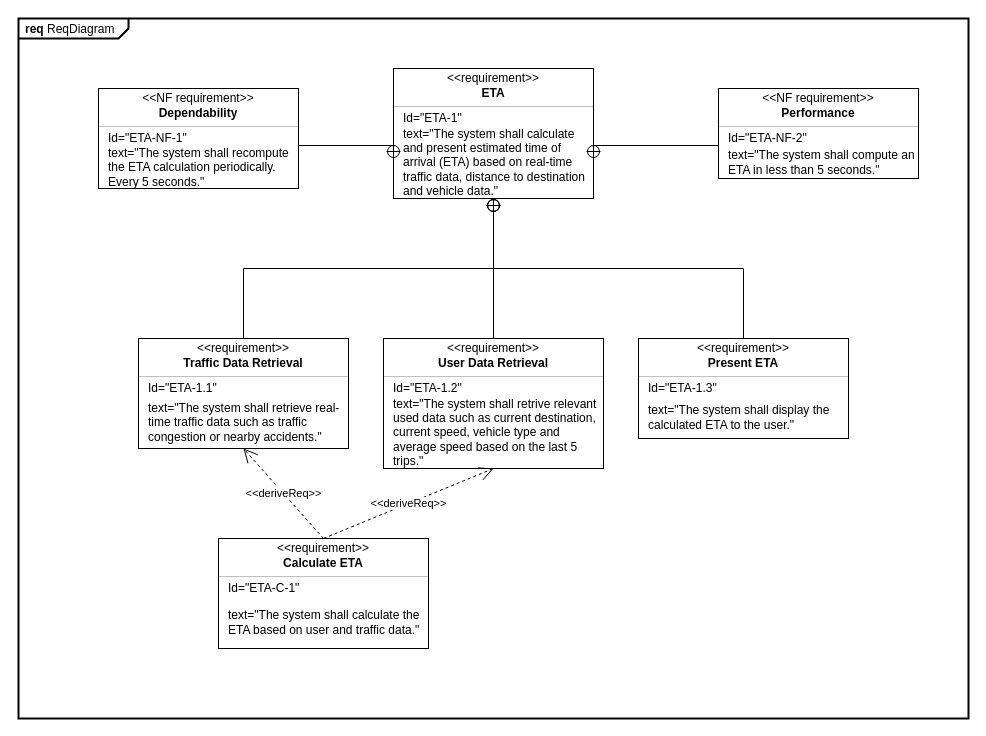
luislamy/msp keeps this draw.io diagram as Diagrams/Requirement/Yaros/ETA_req.drawio. Above is the earlier version. Source tidied: cells renumbered, new cells numbered last; positions are measured from the earlier drawing's top-left corner, leaving out a move shared by most shapes. Both pictures are drawn from the tidied source at 100%, with x=0, y=0 at pixel (18, 18).
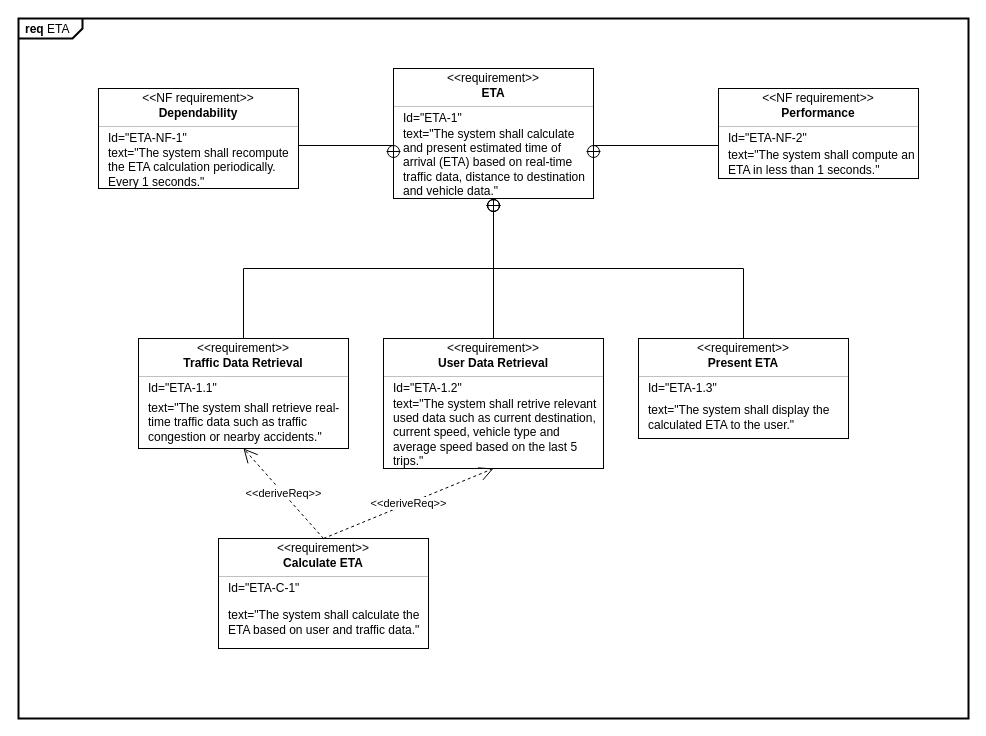
After the change.

The change refers to these unchanged cells:
```xml
<mxCell id="38" style="fontStyle=1;align=center;verticalAlign=middle;horizontal=1;" parent="1" vertex="1">
  <mxGeometry x="80" y="70" width="200" height="100" as="geometry" />
</mxCell>
<mxCell id="44" style="fontStyle=1;align=center;verticalAlign=middle;horizontal=1;" parent="1" vertex="1">
  <mxGeometry x="700" y="70" width="200" height="90" as="geometry" />
</mxCell>
```

What changed in the source:
```diff
@@
-    <mxCell id="2" value="&lt;p style=&quot;margin:0px;margin-top:4px;margin-left:7px;text-align:left;&quot;&gt;&lt;b&gt;req&lt;/b&gt;  ReqDiagram&lt;/p&gt;" style="html=1;shape=mxgraph.sysml.package;overflow=fill;labelX=110;strokeWidth=2;align=center;" parent="1" vertex="1">
+    <mxCell id="2" value="&lt;p style=&quot;margin:0px;margin-top:4px;margin-left:7px;text-align:left;&quot;&gt;&lt;b&gt;req&lt;/b&gt;&amp;nbsp;ETA&lt;/p&gt;" style="html=1;shape=mxgraph.sysml.package;overflow=fill;labelX=64.42;strokeWidth=2;align=center;" parent="1" vertex="1">
       <mxGeometry width="950" height="700" as="geometry" />
     </mxCell>
@@
-    <mxCell id="43" value="text=&quot;The system shall recompute the ETA calculation periodically. Every 5 seconds.&quot;" style="html=1;align=left;spacing=0;verticalAlign=middle;strokeColor=none;fillColor=none;whiteSpace=wrap;spacingLeft=10;" parent="38" vertex="1">
+    <mxCell id="43" value="text=&quot;The system shall recompute the ETA calculation periodically. Every 1 seconds.&quot;" style="html=1;align=left;spacing=0;verticalAlign=middle;strokeColor=none;fillColor=none;whiteSpace=wrap;spacingLeft=10;" parent="38" vertex="1">
       <mxGeometry y="58" width="200" height="42" as="geometry" />
     </mxCell>
@@
-    <mxCell id="49" value="text=&quot;The system shall compute an ETA in less than 5 seconds.&quot;" style="html=1;align=left;spacing=0;verticalAlign=middle;strokeColor=none;fillColor=none;whiteSpace=wrap;spacingLeft=10;" parent="44" vertex="1">
+    <mxCell id="49" value="text=&quot;The system shall compute an ETA in less than 1 seconds.&quot;" style="html=1;align=left;spacing=0;verticalAlign=middle;strokeColor=none;fillColor=none;whiteSpace=wrap;spacingLeft=10;" parent="44" vertex="1">
       <mxGeometry y="58" width="200" height="32" as="geometry" />
     </mxCell>
```
